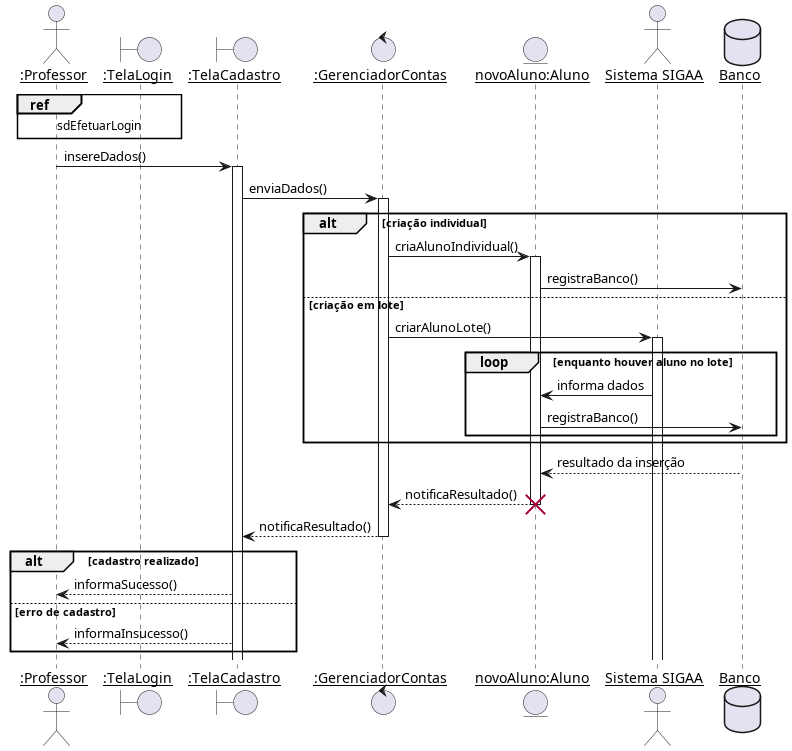
Earlier version of the PlantUML export diagramas/sequencia/manter_aluno.png (Pedro-V/projetorium).
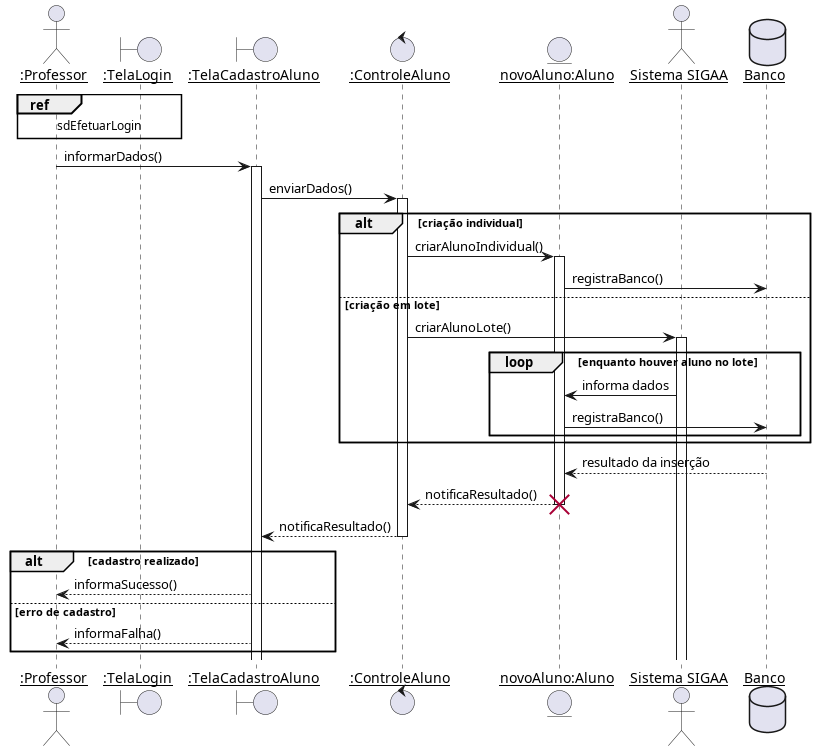
Above is the later version.

Diff of the diagram source:
```diff
@@ -3,34 +3,34 @@
 
 actor ":Professor"  as Professor
 boundary ":TelaLogin"   as TelaLogin
-boundary ":TelaCadastro"    as TelaCadastro
-control ":GerenciadorContas" as GerenciadorContas
+boundary ":TelaCadastroAluno"    as TelaCadastroAluno
+control ":ControleAluno" as ControleAluno
 entity "novoAluno:Aluno" as novoAluno
 actor "Sistema SIGAA" as SIGAA
 database Banco
 
 ref over Professor, TelaLogin : sdEfetuarLogin
 
-Professor -> TelaCadastro ++: insereDados()
-TelaCadastro -> GerenciadorContas ++: enviaDados()
+Professor -> TelaCadastroAluno ++: informarDados()
+TelaCadastroAluno -> ControleAluno ++: enviarDados()
 alt criação individual
-    GerenciadorContas -> novoAluno ++: criaAlunoIndividual()
+    ControleAluno -> novoAluno ++: criarAlunoIndividual()
     novoAluno -> Banco : registraBanco()
 else criação em lote
-    GerenciadorContas -> SIGAA ++: criarAlunoLote()
+    ControleAluno -> SIGAA ++: criarAlunoLote()
     loop enquanto houver aluno no lote
         SIGAA -> novoAluno : informa dados
         novoAluno -> Banco : registraBanco()
     end
 end
 Banco --> novoAluno : resultado da inserção
-novoAluno --> GerenciadorContas --: notificaResultado()
+novoAluno --> ControleAluno --: notificaResultado()
 destroy novoAluno
-GerenciadorContas --> TelaCadastro --: notificaResultado()
+ControleAluno --> TelaCadastroAluno --: notificaResultado()
 
 alt cadastro realizado
-    TelaCadastro --> Professor : informaSucesso()
+    TelaCadastroAluno --> Professor : informaSucesso()
 else erro de cadastro
-    TelaCadastro --> Professor : informaInsucesso()
+    TelaCadastroAluno --> Professor : informaFalha()
 end
 @enduml
```
